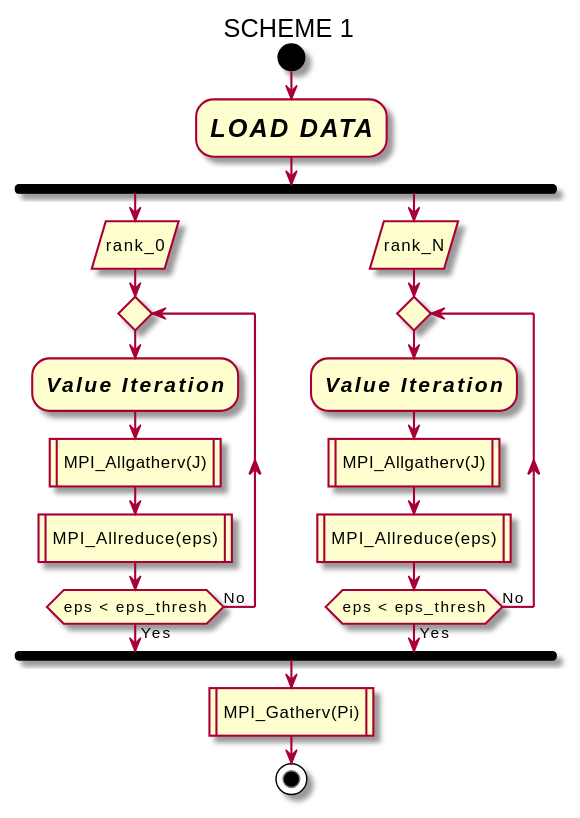
Earlier version of the PlantUML export out/src/scheme1/scheme1.svg (hashkode/hpcfmi-mpivi).
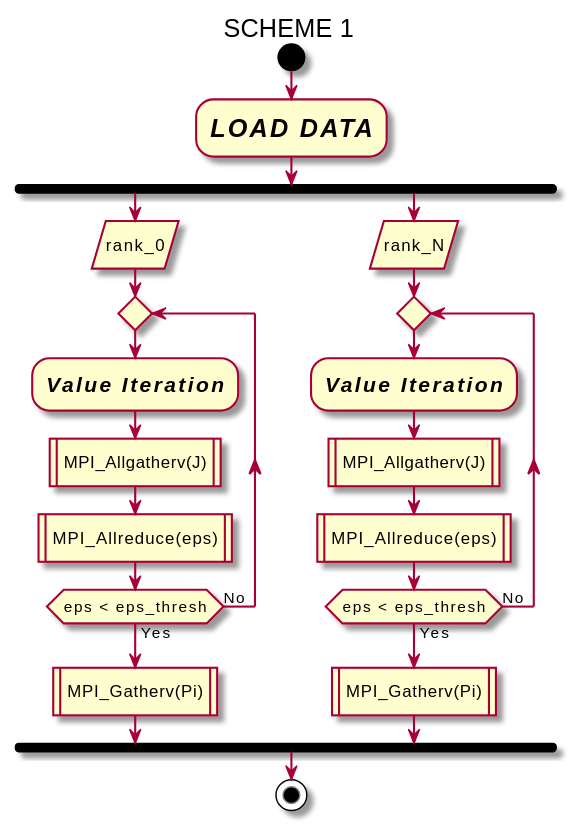
After the change.

What changed in the source:
```diff
@@ -9,6 +9,7 @@
     :MPI_Allgatherv(J)|
     :MPI_Allreduce(eps)|
 repeat while (eps < eps_thresh) is (No) not (Yes)
+:MPI_Gatherv(Pi)|
 fork again
     :rank_N/
 repeat
@@ -16,8 +17,8 @@
     :MPI_Allgatherv(J)|
     :MPI_Allreduce(eps)|
 repeat while (eps < eps_thresh) is (No) not (Yes)
+:MPI_Gatherv(Pi)|
 end fork
-:MPI_Gatherv(Pi)|
 stop
 
 @enduml
```
